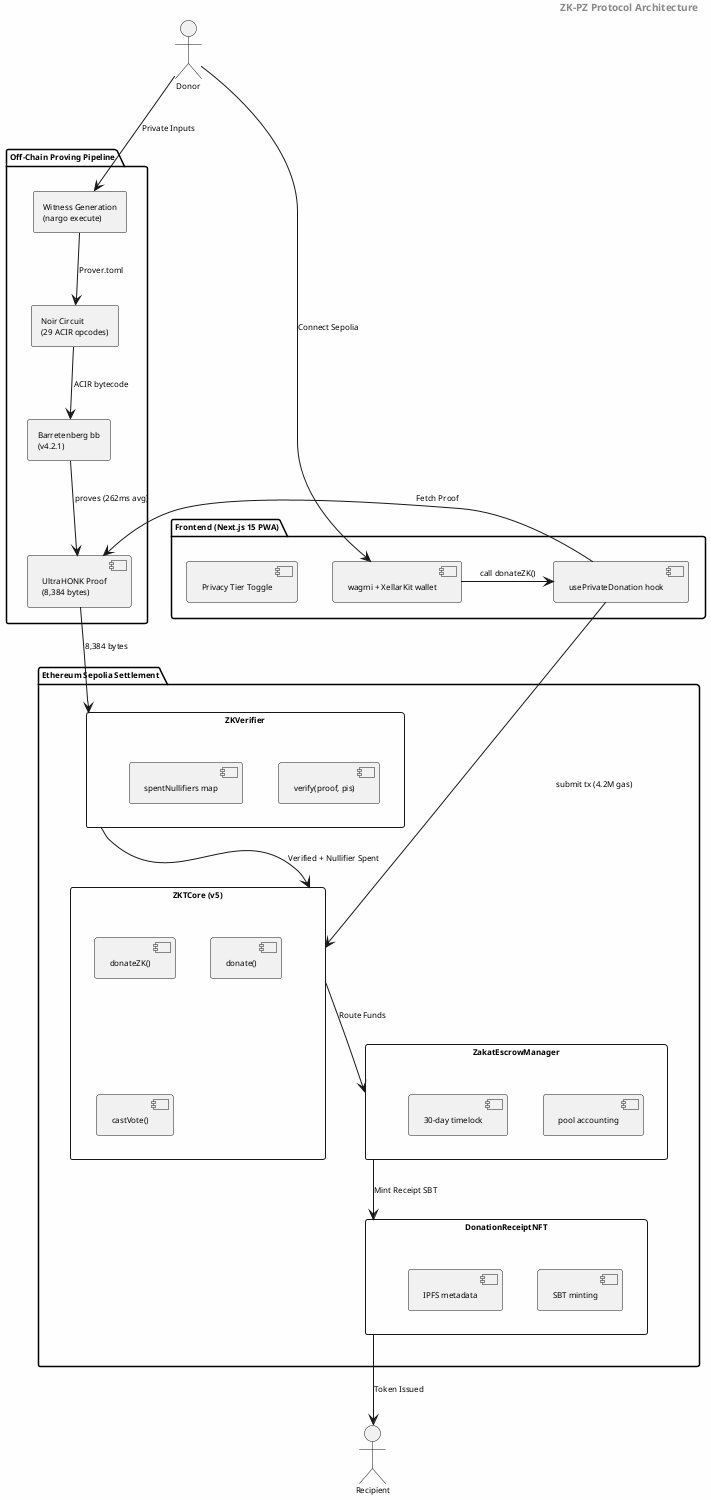
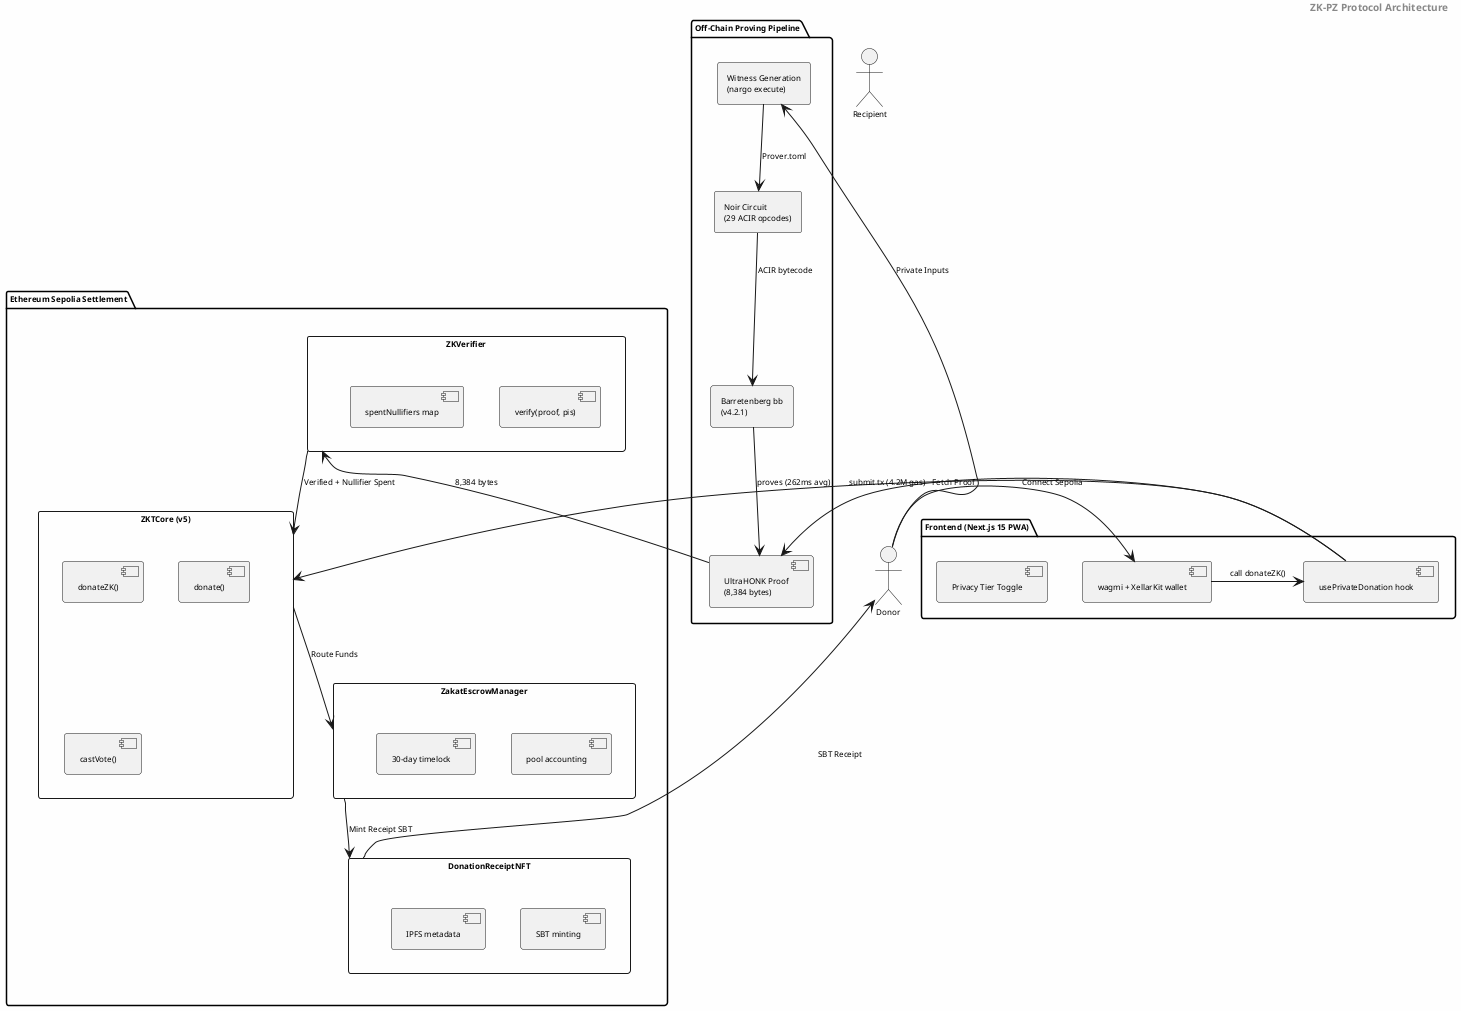
@startuml
skinparam backgroundColor #FEFEFE
skinparam shadowing false
skinparam defaultFontName Arial
skinparam defaultFontSize 8
skinparam packagePadding 2
skinparam nodePadding 2

header <b>ZK-PZ Protocol Architecture</b>

actor Donor
actor Recipient

package "Off-Chain Proving Pipeline" {
  rectangle "Noir Circuit\n(29 ACIR opcodes)" as Circuit
  rectangle "Barretenberg bb\n(v4.2.1)" as BB
  rectangle "Witness Generation\n(nargo execute)" as Witness
  component "UltraHONK Proof\n(8,384 bytes)" as Proof
}

package "Ethereum Sepolia Settlement" {
  rectangle "ZKVerifier" as Verifier {
    component "verify(proof, pis)"
    component "spentNullifiers map"
  }
  rectangle "ZKTCore (v5)" as Core {
    component "donateZK()"
    component "donate()"
    component "castVote()"
  }
  rectangle "ZakatEscrowManager" as Escrow {
    component "pool accounting"
    component "30-day timelock"
  }
  rectangle "DonationReceiptNFT" as NFT {
    component "SBT minting"
    component "IPFS metadata"
  }
}

package "Frontend (Next.js 15 PWA)" as FE {
  component "usePrivateDonation hook" as Hook
  component "Privacy Tier Toggle" as Toggle
  component "wagmi + XellarKit wallet" as Wallet
}

Donor --> Witness : Private Inputs
Witness --> Circuit : Prover.toml
Circuit --> BB : ACIR bytecode
BB --> Proof : proves (262ms avg)
Proof --> Verifier : 8,384 bytes
Verifier --> Core : Verified + Nullifier Spent
Core --> Escrow : Route Funds
Escrow --> NFT : Mint Receipt SBT
- NFT --> Recipient : Token Issued
+ NFT --> Donor : SBT Receipt

Donor -> Wallet : Connect Sepolia
Wallet -> Hook : call donateZK()
Hook -> Proof : Fetch Proof
Hook -> Core : submit tx (4.2M gas)

@enduml
